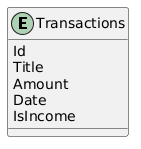
This is docs/uml/er_model.png from mila25-25/BudgetManager, a PlantUML export, as it was before one commit. Source of this version:
```plantuml
@startuml
entity Transactions {
  Id
  Title
  Amount
  Date
  IsIncome
}
@enduml
```
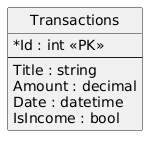
The same file after the commit.

Diff of the diagram source:
```diff
@@ -1,9 +1,13 @@
 @startuml
-entity Transactions {
-  Id
-  Title
-  Amount
-  Date
-  IsIncome
+hide circle
+skinparam classAttributeIconSize 0
+
+entity "Transactions" as T {
+  * Id : int <<PK>>
+  --
+  Title : string
+  Amount : decimal
+  Date : datetime
+  IsIncome : bool
 }
 @enduml
```
